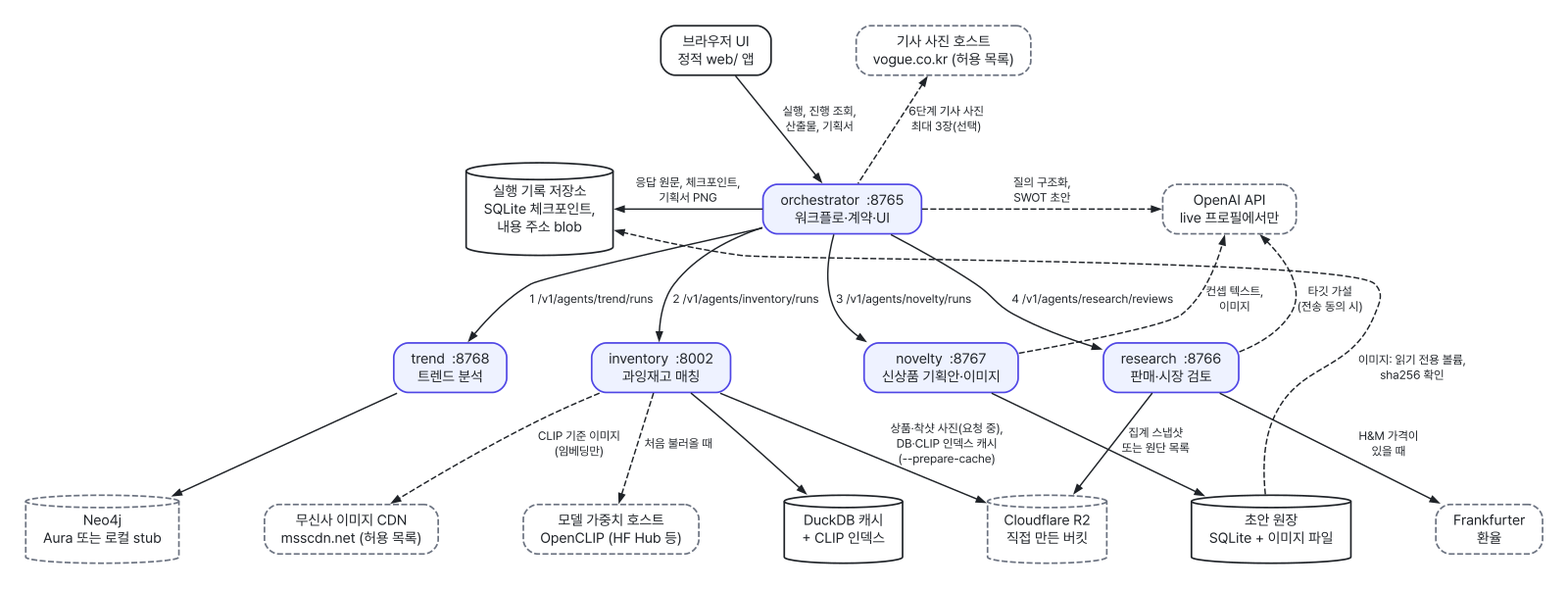
Earlier version of the Graphviz export docs/diagrams/system.png (KG-RAG-02/fashion-planner-orchestrator). Its source is kept beside it as docs/diagrams/src/system.dot.
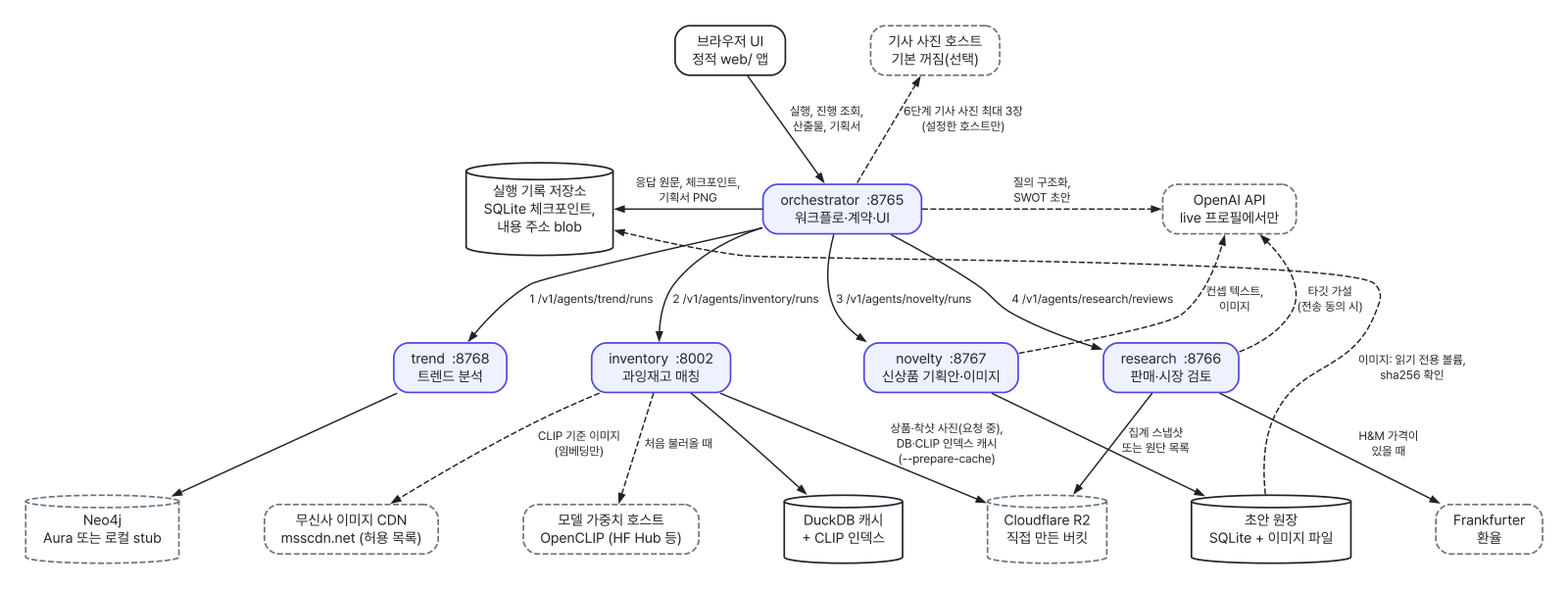
After the change.

Diff of the diagram source:
```diff
@@ -21,7 +21,7 @@
   r2     [label="Cloudflare R2\n직접 만든 버킷", shape=cylinder];
   fx     [label="Frankfurter\n환율", shape=box, style="rounded,dashed"];
   openai [label="OpenAI API\nlive 프로필에서만", shape=box, style="rounded,dashed"];
-  photo  [label="기사 사진 호스트\nvogue.co.kr (허용 목록)", shape=box, style="rounded,dashed"];
+  photo  [label="기사 사진 호스트\n기본 꺼짐(선택)", shape=box, style="rounded,dashed"];
   cdn    [label="무신사 이미지 CDN\nmsscdn.net (허용 목록)", shape=box, style="rounded,dashed"];
   hf     [label="모델 가중치 호스트\nOpenCLIP (HF Hub 등)", shape=box, style="rounded,dashed"];
 
@@ -35,7 +35,7 @@
 
   ui -> orch [label=" 실행, 진행 조회,\n 산출물, 기획서"];
   orch -> store [label="응답 원문, 체크포인트,\n기획서 PNG", constraint=false];
-  photo -> orch [label="6단계 기사 사진\n최대 3장(선택)", style=dashed, dir=back];
+  photo -> orch [label="6단계 기사 사진 최대 3장\n(설정한 호스트만)", style=dashed, dir=back];
 
   orch -> trend [label="1 /v1/agents/trend/runs"];
   orch -> inv   [label="2 /v1/agents/inventory/runs"];
```
